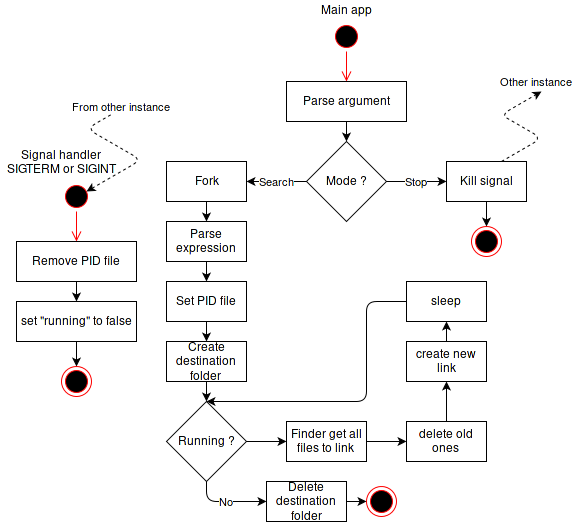
The draw.io diagram report/img/flow.png in claudiosousa/hepia-projects-smart-folder, before a commit. Source tidied: cells renumbered, new cells last; positions are measured from the earlier drawing's top-left corner, leaving out a move shared by most shapes.
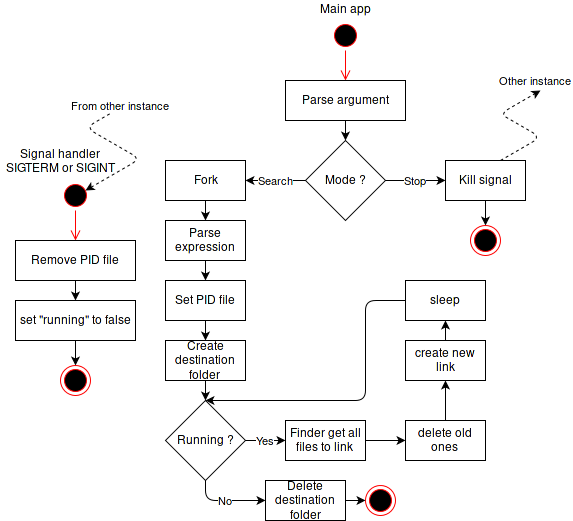
Above is the later version.

The edit, as a diff of the source:
```diff
@@ -104,7 +104,7 @@
     <mxCell id="35" value="delete old ones&lt;br&gt;" style="whiteSpace=wrap;html=1;" parent="1" vertex="1">
       <mxGeometry x="405" y="420" width="80" height="40" as="geometry" />
     </mxCell>
-    <mxCell id="36" style="endArrow=classic;html=1;exitX=1;exitY=0.5;exitPerimeter=0;entryX=0;entryY=0.5;" parent="1" edge="1" source="27" target="34">
+    <mxCell id="36" value="Yes" style="endArrow=classic;html=1;exitX=1;exitY=0.5;exitPerimeter=0;entryX=0;entryY=0.5;" parent="1" edge="1" source="27" target="34">
       <mxGeometry relative="1" as="geometry" />
     </mxCell>
     <mxCell id="37" style="endArrow=classic;html=1;exitX=1;exitY=0.5;entryX=0;entryY=0.5;" parent="1" edge="1" source="34" target="35">
```
